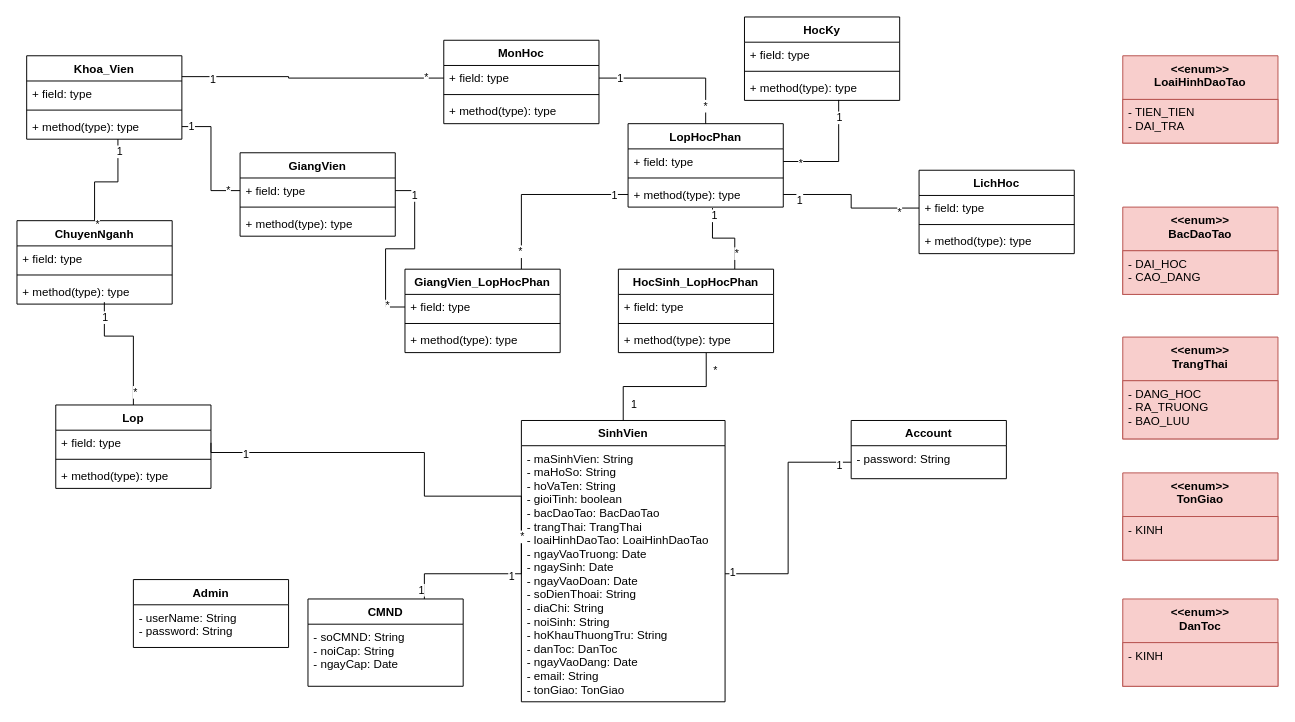
duchoan6814/Truong-Duc-Hoan keeps this draw.io diagram as CMN_Class.drawio. Above is the earlier version. Source tidied: cells renumbered, new cells numbered last; positions are measured from the earlier drawing's top-left corner, leaving out a move shared by most shapes. Both pictures are drawn from the tidied source at 97%, with x=0, y=0 at pixel (16, 16).
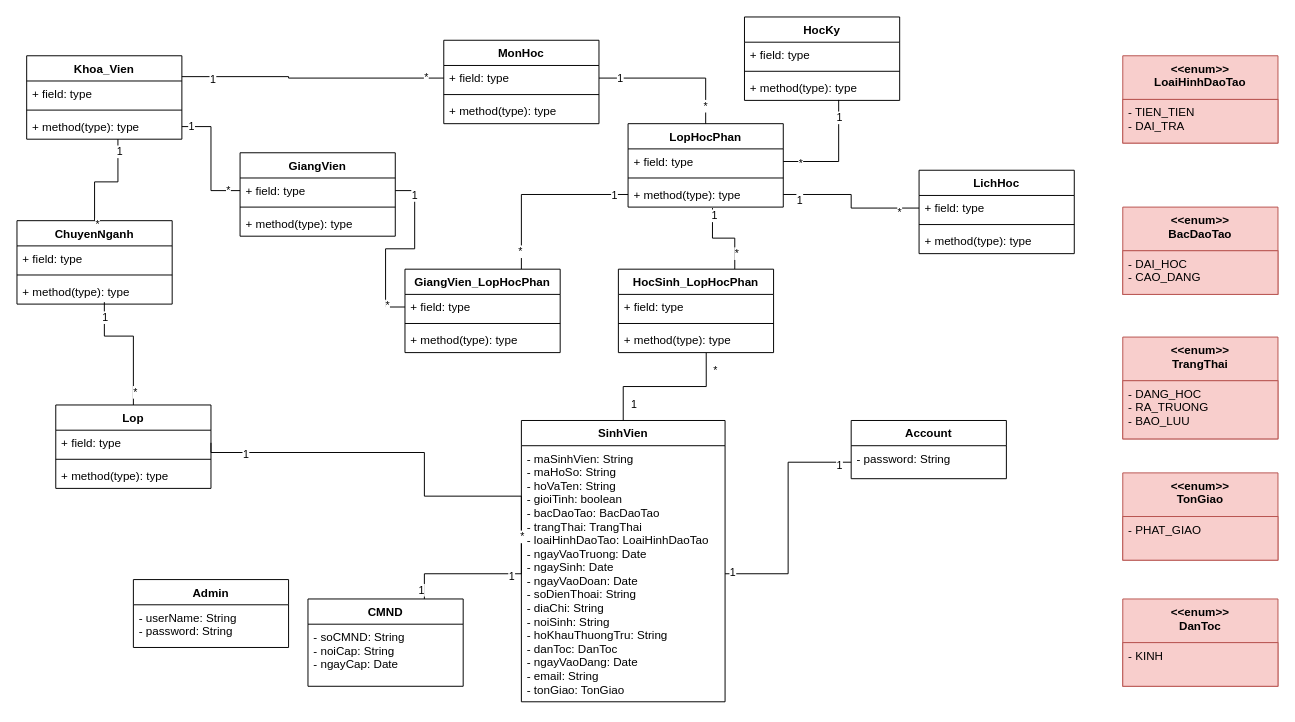
After the change.

Unchanged cells that the change refers to:
```xml
<mxCell id="100" value="&lt;&lt;enum&gt;&gt;&#10;TonGiao" style="swimlane;fontStyle=1;align=center;verticalAlign=top;horizontal=1;startSize=45;fillColor=#f8cecc;strokeColor=#b85450;" parent="1" vertex="1">
  <mxGeometry x="1140" y="470" width="160" height="90" as="geometry" />
</mxCell>
```

The edit, as a diff of the source:
```diff
@@
-    <mxCell id="101" value="- KINH" style="text;strokeColor=#b85450;fillColor=#f8cecc;align=left;verticalAlign=top;spacingLeft=4;spacingRight=4;overflow=hidden;" parent="100" vertex="1">
+    <mxCell id="101" value="- PHAT_GIAO" style="text;strokeColor=#b85450;fillColor=#f8cecc;align=left;verticalAlign=top;spacingLeft=4;spacingRight=4;overflow=hidden;" parent="100" vertex="1">
       <mxGeometry y="45" width="160" height="45" as="geometry" />
     </mxCell>
```
